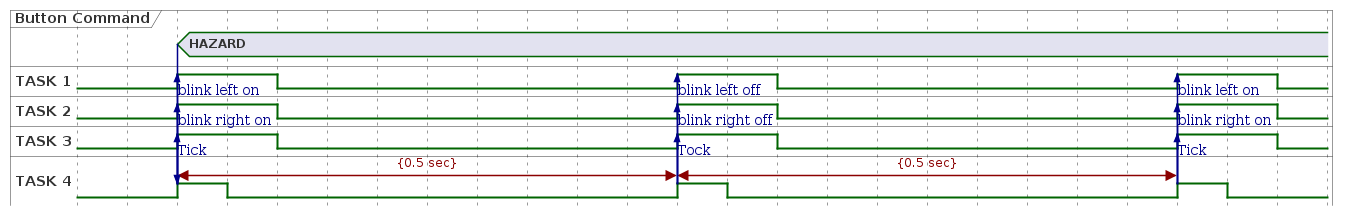
Before: puml/png/step_5.png, a diagram exported from PlantUML (cygni/cts2023-turn-cygnicator). Source of this version:
```plantuml
@startuml

hide time-axis
concise "Button Command" as button
binary "TASK 1" as t1
binary "TASK 2" as t2
binary "TASK 3" as t3
binary "TASK 4" as t4


@0

@2
t4@2 <-> @12 : {0.5 sec}
button is "HAZARD"
button -> t4
t4 is high
t4 -> t1 : blink left on
t1 is high
t4 -> t2 : blink right on
t2 is high
t4 -> t3 : Tick
t3 is high
@3
t4 is low
@4
t1 is low
t2 is low
t3 is low

@12
t4@12 <-> @22 : {0.5 sec}
t4 is high
t4 -> t1 : blink left off
t1 is high
t4 -> t2 : blink right off
t2 is high
t4 -> t3 : Tock
t3 is high
@13
t4 is low
@14
t1 is low
t2 is low
t3 is low

@22
t4 is high
t4 -> t1 : blink left on
t1 is high
t4 -> t2 : blink right on
t2 is high
t4 -> t3 : Tick
t3 is high
@23
t4 is low
@24
t1 is low
t2 is low
t3 is low
@enduml
```
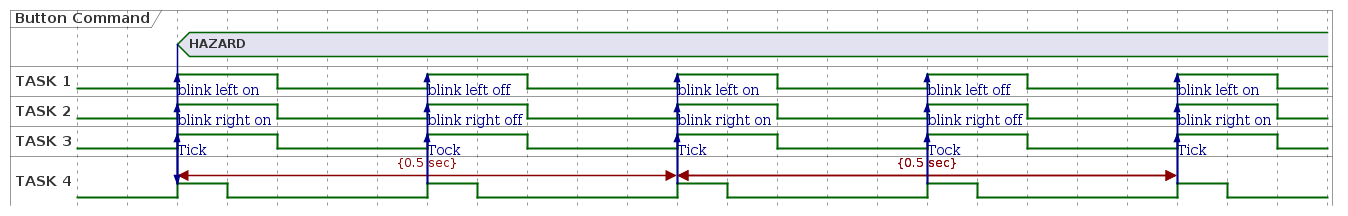
After the change.

Diff of the diagram source:
```diff
@@ -28,7 +28,39 @@
 t2 is low
 t3 is low
 
+@7
+t4 is high
+t4 -> t1 : blink left off
+t1 is high
+t4 -> t2 : blink right off
+t2 is high
+t4 -> t3 : Tock
+t3 is high
+
+@8
+t4 is low
+@9
+t1 is low
+t2 is low
+t3 is low
+
 @12
+t4@12 <-> @22 : {0.5 sec}
+t4 is high
+t4 -> t1 : blink left on
+t1 is high
+t4 -> t2 : blink right on
+t2 is high
+t4 -> t3 : Tick
+t3 is high
+@13
+t4 is low
+@14
+t1 is low
+t2 is low
+t3 is low
+
+@17
 t4@12 <-> @22 : {0.5 sec}
 t4 is high
 t4 -> t1 : blink left off
@@ -37,9 +69,9 @@
 t2 is high
 t4 -> t3 : Tock
 t3 is high
-@13
+@18
 t4 is low
-@14
+@19
 t1 is low
 t2 is low
 t3 is low
```
